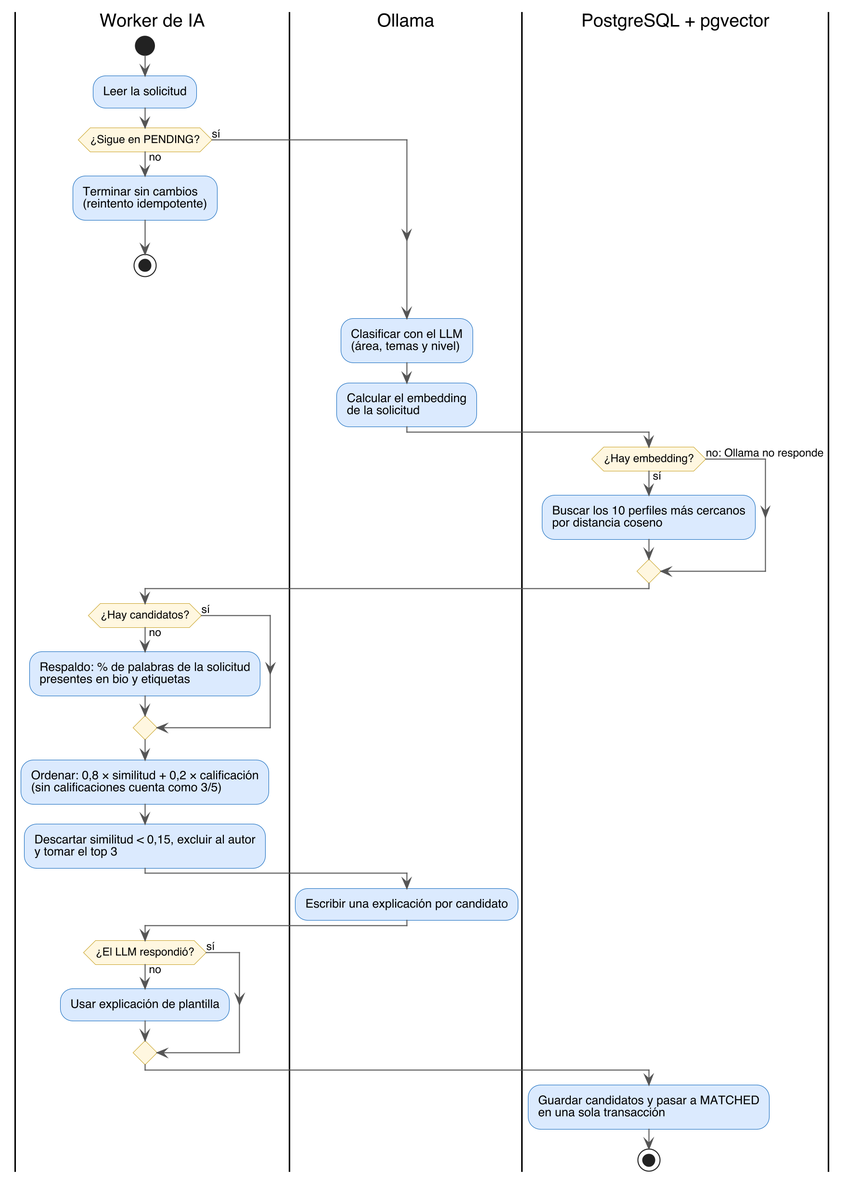
This is docs/arquitectura/img/10-actividades-emparejamiento.png from juanjosegl/RedNexus-Platform, a PlantUML export, as it was before one commit. Its diagram source:
```plantuml
@startuml 10-actividades-emparejamiento
skinparam dpi 200
skinparam defaultFontName "Helvetica"
skinparam shadowing false
skinparam LegendBackgroundColor #ffffff
skinparam LegendBorderColor #999999
skinparam ActivityBackgroundColor #dbeafe
skinparam ActivityBorderColor #1168bd
skinparam ActivityDiamondBackgroundColor #fff7e0
skinparam ActivityDiamondBorderColor #c9a227
skinparam ArrowColor #555555

|Worker de IA|
start
:Leer la solicitud;
if (¿Sigue en PENDING?) then (no)
  :Terminar sin cambios
  (reintento idempotente);
  stop
else (sí)
endif
|Ollama|
:Clasificar con el LLM
(área, temas y nivel);
:Calcular el embedding
de la solicitud;
|PostgreSQL + pgvector|
if (¿Hay embedding?) then (sí)
  :Buscar los 10 perfiles más cercanos
  por distancia coseno;
else (no: Ollama no responde)
endif
|Worker de IA|
if (¿Hay candidatos?) then (no)
  :Respaldo: % de palabras de la solicitud
  presentes en bio y etiquetas;
else (sí)
endif
:Ordenar: 0,8 × similitud + 0,2 × calificación
(sin calificaciones cuenta como 3/5);
:Descartar similitud < 0,15, excluir al autor
y tomar el top 3;
|Ollama|
:Escribir una explicación por candidato;
|Worker de IA|
if (¿El LLM respondió?) then (no)
  :Usar explicación de plantilla;
else (sí)
endif
|PostgreSQL + pgvector|
:Guardar candidatos y pasar a MATCHED
en una sola transacción;
stop
@enduml
```
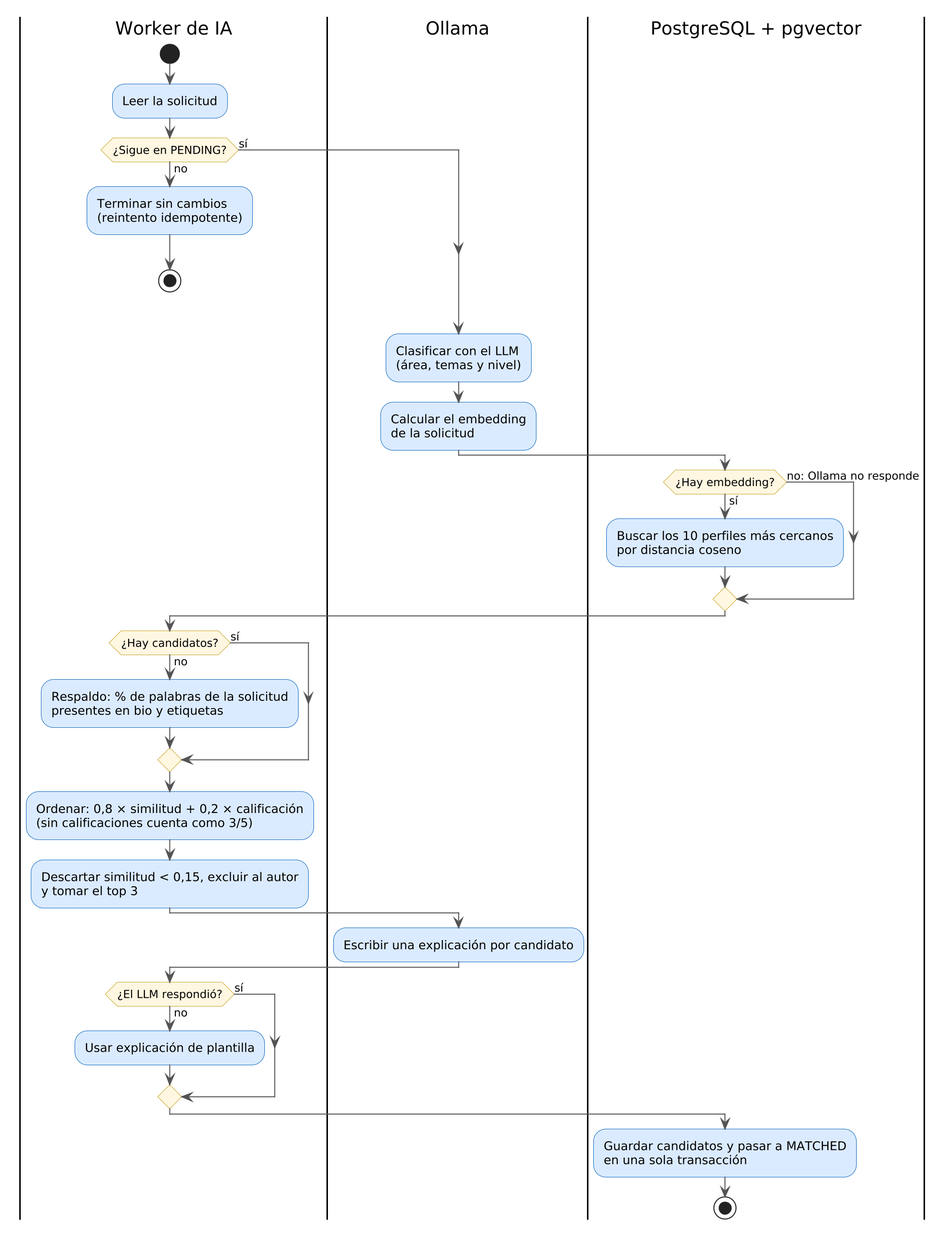
Later version of the same file.

What changed in the source:
```diff
@@ -1,4 +1,4 @@
-@startuml 10-actividades-emparejamiento
+@startuml
 skinparam dpi 200
 skinparam defaultFontName "Helvetica"
 skinparam shadowing false
```
